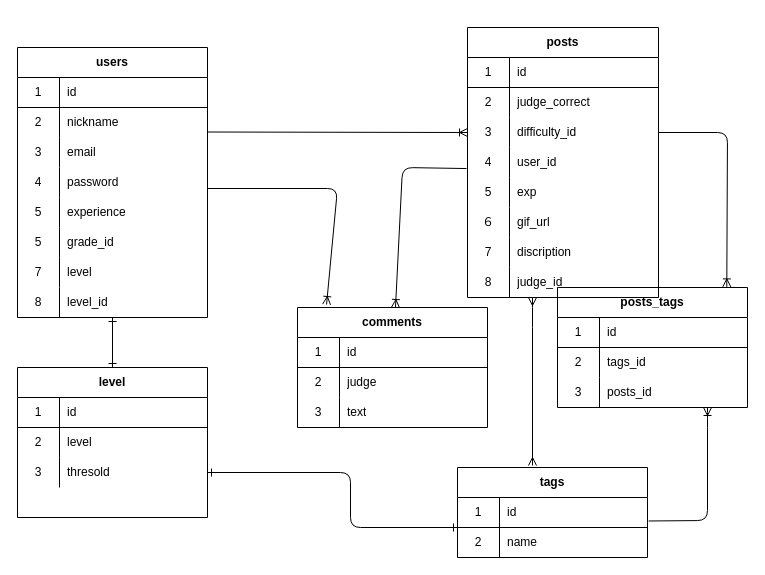
Above: db.dio in magatamaamagata/kendo_ippon (draw.io), before the change. Source tidied: cells renumbered, new cells numbered last; positions are measured from the earlier drawing's top-left corner, leaving out a move shared by most shapes. Both pictures are drawn from the tidied source at 100%, with x=0, y=0 at pixel (17, 27).
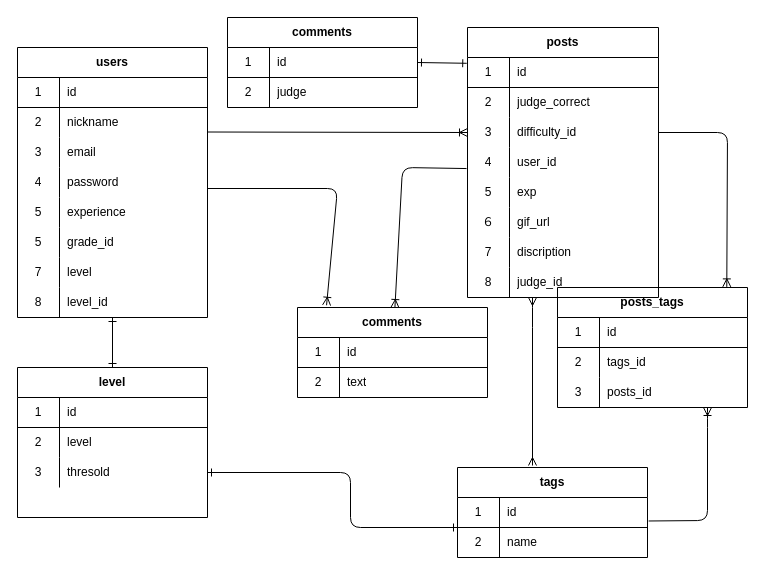
Above is the later version.

Unchanged cells that the change refers to:
```xml
<mxCell id="47" style="shape=partialRectangle;html=1;whiteSpace=wrap;fillColor=none;top=0;left=0;bottom=1;right=0;points=[[0,0.5],[1,0.5]];portConstraint=eastwest;" parent="46" vertex="1">
  <mxGeometry y="30" width="191" height="30" as="geometry" />
</mxCell>
```

What changed in the source:
```diff
@@
     <mxCell id="87" value="comments" style="shape=table;html=1;whiteSpace=wrap;startSize=30;childLayout=tableLayout;rowLines=0;fontStyle=1;align=center;" parent="1" vertex="1">
-      <mxGeometry x="280" y="280" width="190" height="120" as="geometry" />
+      <mxGeometry x="280" y="280" width="190" height="90" as="geometry" />
     </mxCell>
@@
+    <mxCell id="94" style="shape=partialRectangle;html=1;whiteSpace=wrap;fillColor=none;top=0;left=0;bottom=0;right=0;" parent="87" vertex="1">
+      <mxGeometry y="60" width="190" height="30" as="geometry" />
+    </mxCell>
+    <mxCell id="95" value="2" style="shape=partialRectangle;html=1;whiteSpace=wrap;fillColor=none;top=0;left=0;bottom=0;right=0;overflow=hidden;" parent="94" vertex="1">
+      <mxGeometry width="42" height="30" as="geometry" />
+    </mxCell>
+    <mxCell id="96" value="text" style="shape=partialRectangle;html=1;whiteSpace=wrap;fillColor=none;top=0;left=0;bottom=0;right=0;align=left;spacingLeft=6;overflow=hidden;" parent="94" vertex="1">
+      <mxGeometry x="42" width="148" height="30" as="geometry" />
+    </mxCell>
+    <mxCell id="97" style="endArrow=ERone;html=1;endFill=0;startArrow=ERone;startFill=0;exitX=-0.004;exitY=0.193;exitDx=0;exitDy=0;exitPerimeter=0;entryX=1;entryY=0.5;entryDx=0;entryDy=0;" parent="1" edge="1" source="47" target="99">
+      <mxGeometry relative="1" as="geometry" />
+    </mxCell>
+    <mxCell id="98" value="comments" style="shape=table;html=1;whiteSpace=wrap;startSize=30;childLayout=tableLayout;rowLines=0;fontStyle=1;align=center;" parent="1" vertex="1">
+      <mxGeometry x="210" y="-10" width="190" height="90" as="geometry" />
+    </mxCell>
+    <mxCell id="99" style="shape=partialRectangle;html=1;whiteSpace=wrap;fillColor=none;top=0;left=0;bottom=1;right=0;points=[[0,0.5],[1,0.5]];portConstraint=eastwest;" parent="98" vertex="1">
+      <mxGeometry y="30" width="190" height="30" as="geometry" />
+    </mxCell>
+    <mxCell id="100" value="1" style="shape=partialRectangle;html=1;whiteSpace=wrap;fillColor=none;top=0;left=0;bottom=0;right=0;overflow=hidden;" parent="99" vertex="1">
+      <mxGeometry width="42" height="30" as="geometry" />
+    </mxCell>
+    <mxCell id="101" value="id" style="shape=partialRectangle;html=1;whiteSpace=wrap;fillColor=none;top=0;left=0;bottom=0;right=0;align=left;spacingLeft=6;overflow=hidden;" parent="99" vertex="1">
+      <mxGeometry x="42" width="148" height="30" as="geometry" />
+    </mxCell>
-    <mxCell id="91" style="shape=partialRectangle;html=1;whiteSpace=wrap;fillColor=none;top=0;left=0;bottom=0;right=0;" parent="87" vertex="1">
+    <mxCell id="91" style="shape=partialRectangle;html=1;whiteSpace=wrap;fillColor=none;top=0;left=0;bottom=0;right=0;" parent="98" vertex="1">
       <mxGeometry y="60" width="190" height="30" as="geometry" />
     </mxCell>
@@
-    <mxCell id="94" style="shape=partialRectangle;html=1;whiteSpace=wrap;fillColor=none;top=0;left=0;bottom=0;right=0;" parent="87" vertex="1">
-      <mxGeometry y="90" width="190" height="30" as="geometry" />
-    </mxCell>
-    <mxCell id="95" value="3" style="shape=partialRectangle;html=1;whiteSpace=wrap;fillColor=none;top=0;left=0;bottom=0;right=0;overflow=hidden;" parent="94" vertex="1">
-      <mxGeometry width="42" height="30" as="geometry" />
-    </mxCell>
-    <mxCell id="96" value="text" style="shape=partialRectangle;html=1;whiteSpace=wrap;fillColor=none;top=0;left=0;bottom=0;right=0;align=left;spacingLeft=6;overflow=hidden;" parent="94" vertex="1">
-      <mxGeometry x="42" width="148" height="30" as="geometry" />
-    </mxCell>
```
